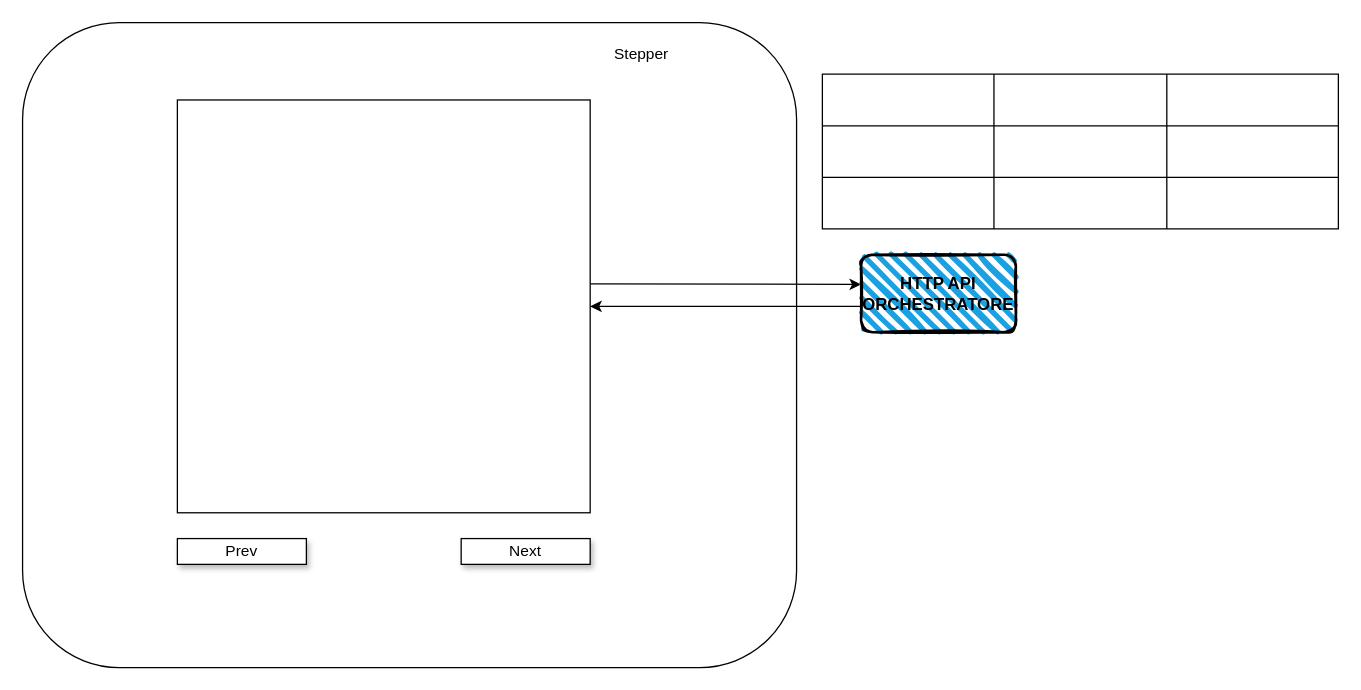
Earlier version of the draw.io diagram Diagramma senza titolo.drawio (aphasia0/diagrams). Source tidied: cells renumbered, new cells numbered last; positions are measured from the earlier drawing's top-left corner, leaving out a move shared by most shapes. Both pictures are drawn from the tidied source at 129%, with x=0, y=0 at pixel (22, 22).
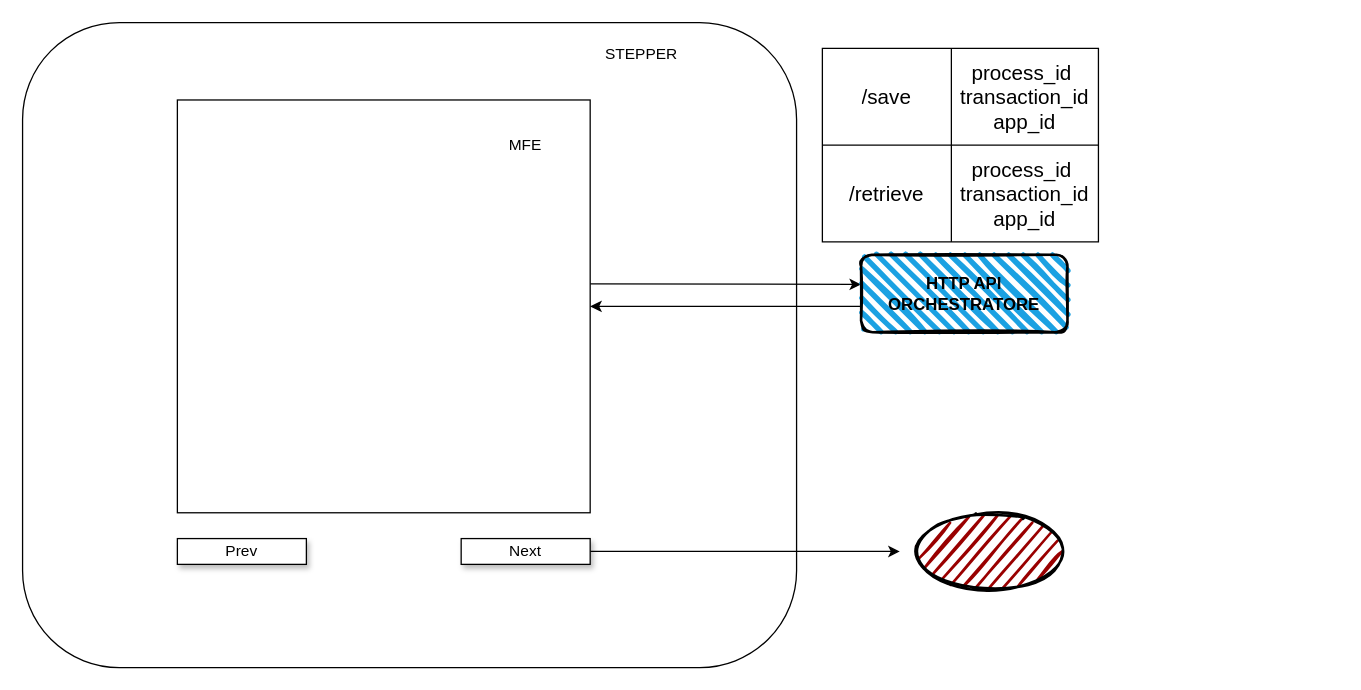
After the change.

Unchanged cells that the change refers to:
```xml
<mxCell id="4" value="Next" style="rounded=0;whiteSpace=wrap;html=1;shadow=1;" parent="1" vertex="1">
  <mxGeometry x="340" y="400" width="100" height="20" as="geometry" />
</mxCell>
```

Change to the diagram source:
```diff
@@
+    <mxCell id="24" style="edgeStyle=orthogonalEdgeStyle;rounded=0;jettySize=auto;html=1;" parent="1" edge="1" source="4">
+      <mxGeometry relative="1" as="geometry">
+        <mxPoint x="680" y="410" as="targetPoint" />
+      </mxGeometry>
+    </mxCell>
@@
-    <mxCell id="5" value="Stepper" style="text;html=1;align=center;verticalAlign=middle;whiteSpace=wrap;rounded=0;" parent="1" vertex="1">
+    <mxCell id="5" value="STEPPER" style="text;html=1;align=center;verticalAlign=middle;whiteSpace=wrap;rounded=0;" parent="1" vertex="1">
       <mxGeometry x="450" y="10" width="60" height="30" as="geometry" />
     </mxCell>
@@
     <mxCell id="10" value="&lt;b style=&quot;font-size: 13px;&quot;&gt;&lt;font style=&quot;font-size: 13px;&quot;&gt;HTTP API&lt;/font&gt;&lt;/b&gt;&lt;div style=&quot;font-size: 13px;&quot;&gt;&lt;b&gt;&lt;font style=&quot;font-size: 13px;&quot;&gt;ORCHESTRATORE&lt;/font&gt;&lt;/b&gt;&lt;/div&gt;" style="rounded=1;whiteSpace=wrap;html=1;strokeWidth=2;fillWeight=4;hachureGap=8;hachureAngle=45;fillColor=#1ba1e2;sketch=1;" parent="1" vertex="1">
-      <mxGeometry x="650" y="180" width="120" height="60" as="geometry" />
+      <mxGeometry x="650" y="180" width="160" height="60" as="geometry" />
     </mxCell>
     <mxCell id="11" style="shape=table;startSize=0;childLayout=tableLayout;fontSize=16;fillColor=default;" parent="1" vertex="1">
-      <mxGeometry x="620" y="40" width="400" height="120" as="geometry" />
+      <mxGeometry x="620" y="20" width="214" height="150" as="geometry" />
     </mxCell>
     <mxCell id="12" style="shape=tableRow;horizontal=0;startSize=0;swimlaneHead=0;swimlaneBody=0;strokeColor=inherit;top=0;left=0;bottom=0;right=0;fillColor=none;fontSize=16;" parent="11" vertex="1">
-      <mxGeometry width="400" height="40" as="geometry" />
+      <mxGeometry width="214" height="75" as="geometry" />
     </mxCell>
-    <mxCell id="13" style="shape=partialRectangle;html=1;whiteSpace=wrap;strokeColor=inherit;overflow=hidden;fillColor=none;top=0;left=0;bottom=0;right=0;fontSize=16;" parent="12" vertex="1">
-      <mxGeometry width="133" height="40" as="geometry" />
+    <mxCell id="13" value="/save" style="shape=partialRectangle;html=1;whiteSpace=wrap;strokeColor=inherit;overflow=hidden;fillColor=none;top=0;left=0;bottom=0;right=0;fontSize=16;" parent="12" vertex="1">
+      <mxGeometry width="100" height="75" as="geometry" />
     </mxCell>
-    <mxCell id="14" style="shape=partialRectangle;html=1;whiteSpace=wrap;strokeColor=inherit;overflow=hidden;fillColor=none;top=0;left=0;bottom=0;right=0;fontSize=16;" parent="12" vertex="1">
-      <mxGeometry x="133" width="134" height="40" as="geometry" />
+    <mxCell id="14" value="process_id&amp;nbsp;&lt;div&gt;transaction_id&lt;/div&gt;&lt;div&gt;app_id&lt;/div&gt;" style="shape=partialRectangle;html=1;whiteSpace=wrap;strokeColor=inherit;overflow=hidden;fillColor=none;top=0;left=0;bottom=0;right=0;fontSize=16;" parent="12" vertex="1">
+      <mxGeometry x="100" width="114" height="75" as="geometry" />
     </mxCell>
-    <mxCell id="15" style="shape=partialRectangle;html=1;whiteSpace=wrap;strokeColor=inherit;overflow=hidden;fillColor=none;top=0;left=0;bottom=0;right=0;fontSize=16;" parent="12" vertex="1">
-      <mxGeometry x="267" width="133" height="40" as="geometry" />
-    </mxCell>
-    <mxCell id="16" style="shape=tableRow;horizontal=0;startSize=0;swimlaneHead=0;swimlaneBody=0;strokeColor=inherit;top=0;left=0;bottom=0;right=0;fillColor=none;fontSize=16;" parent="11" vertex="1">
-      <mxGeometry y="40" width="400" height="40" as="geometry" />
-    </mxCell>
-    <mxCell id="17" style="shape=partialRectangle;html=1;whiteSpace=wrap;strokeColor=inherit;overflow=hidden;fillColor=none;top=0;left=0;bottom=0;right=0;fontSize=16;" parent="16" vertex="1">
-      <mxGeometry width="133" height="40" as="geometry" />
-    </mxCell>
-    <mxCell id="18" style="shape=partialRectangle;html=1;whiteSpace=wrap;strokeColor=inherit;overflow=hidden;fillColor=none;top=0;left=0;bottom=0;right=0;fontSize=16;" parent="16" vertex="1">
-      <mxGeometry x="133" width="134" height="40" as="geometry" />
-    </mxCell>
-    <mxCell id="19" style="shape=partialRectangle;html=1;whiteSpace=wrap;strokeColor=inherit;overflow=hidden;fillColor=none;top=0;left=0;bottom=0;right=0;fontSize=16;" parent="16" vertex="1">
-      <mxGeometry x="267" width="133" height="40" as="geometry" />
-    </mxCell>
-    <mxCell id="20" style="shape=tableRow;horizontal=0;startSize=0;swimlaneHead=0;swimlaneBody=0;strokeColor=inherit;top=0;left=0;bottom=0;right=0;fillColor=none;fontSize=16;" parent="11" vertex="1">
-      <mxGeometry y="80" width="400" height="40" as="geometry" />
-    </mxCell>
-    <mxCell id="21" style="shape=partialRectangle;html=1;whiteSpace=wrap;strokeColor=inherit;overflow=hidden;fillColor=none;top=0;left=0;bottom=0;right=0;fontSize=16;" parent="20" vertex="1">
-      <mxGeometry width="133" height="40" as="geometry" />
-    </mxCell>
-    <mxCell id="22" style="shape=partialRectangle;html=1;whiteSpace=wrap;strokeColor=inherit;overflow=hidden;fillColor=none;top=0;left=0;bottom=0;right=0;fontSize=16;" parent="20" vertex="1">
-      <mxGeometry x="133" width="134" height="40" as="geometry" />
-    </mxCell>
-    <mxCell id="23" style="shape=partialRectangle;html=1;whiteSpace=wrap;strokeColor=inherit;overflow=hidden;fillColor=none;top=0;left=0;bottom=0;right=0;fontSize=16;" parent="20" vertex="1">
-      <mxGeometry x="267" width="133" height="40" as="geometry" />
-    </mxCell>
+    <mxCell id="25" style="shape=tableRow;horizontal=0;startSize=0;swimlaneHead=0;swimlaneBody=0;strokeColor=inherit;top=0;left=0;bottom=0;right=0;fillColor=none;fontSize=16;" parent="11" vertex="1">
+      <mxGeometry y="75" width="214" height="75" as="geometry" />
+    </mxCell>
+    <mxCell id="26" value="/retrieve" style="shape=partialRectangle;html=1;whiteSpace=wrap;strokeColor=inherit;overflow=hidden;fillColor=none;top=0;left=0;bottom=0;right=0;fontSize=16;" parent="25" vertex="1">
+      <mxGeometry width="100" height="75" as="geometry" />
+    </mxCell>
+    <mxCell id="27" value="process_id&amp;nbsp;&lt;div&gt;transaction_id&lt;/div&gt;&lt;div&gt;app_id&lt;/div&gt;" style="shape=partialRectangle;html=1;whiteSpace=wrap;strokeColor=inherit;overflow=hidden;fillColor=none;top=0;left=0;bottom=0;right=0;fontSize=16;" parent="25" vertex="1">
+      <mxGeometry x="100" width="114" height="75" as="geometry" />
+    </mxCell>
+    <mxCell id="28" value="MFE" style="text;html=1;align=center;verticalAlign=middle;whiteSpace=wrap;rounded=0;" parent="1" vertex="1">
+      <mxGeometry x="360" y="80" width="60" height="30" as="geometry" />
+    </mxCell>
+    <mxCell id="29" style="ellipse;whiteSpace=wrap;html=1;strokeWidth=2;fillWeight=2;hachureGap=8;fillColor=#990000;fillStyle=dots;sketch=1;" parent="1" vertex="1">
+      <mxGeometry x="690" y="380" width="120" height="60" as="geometry" />
+    </mxCell>
```
